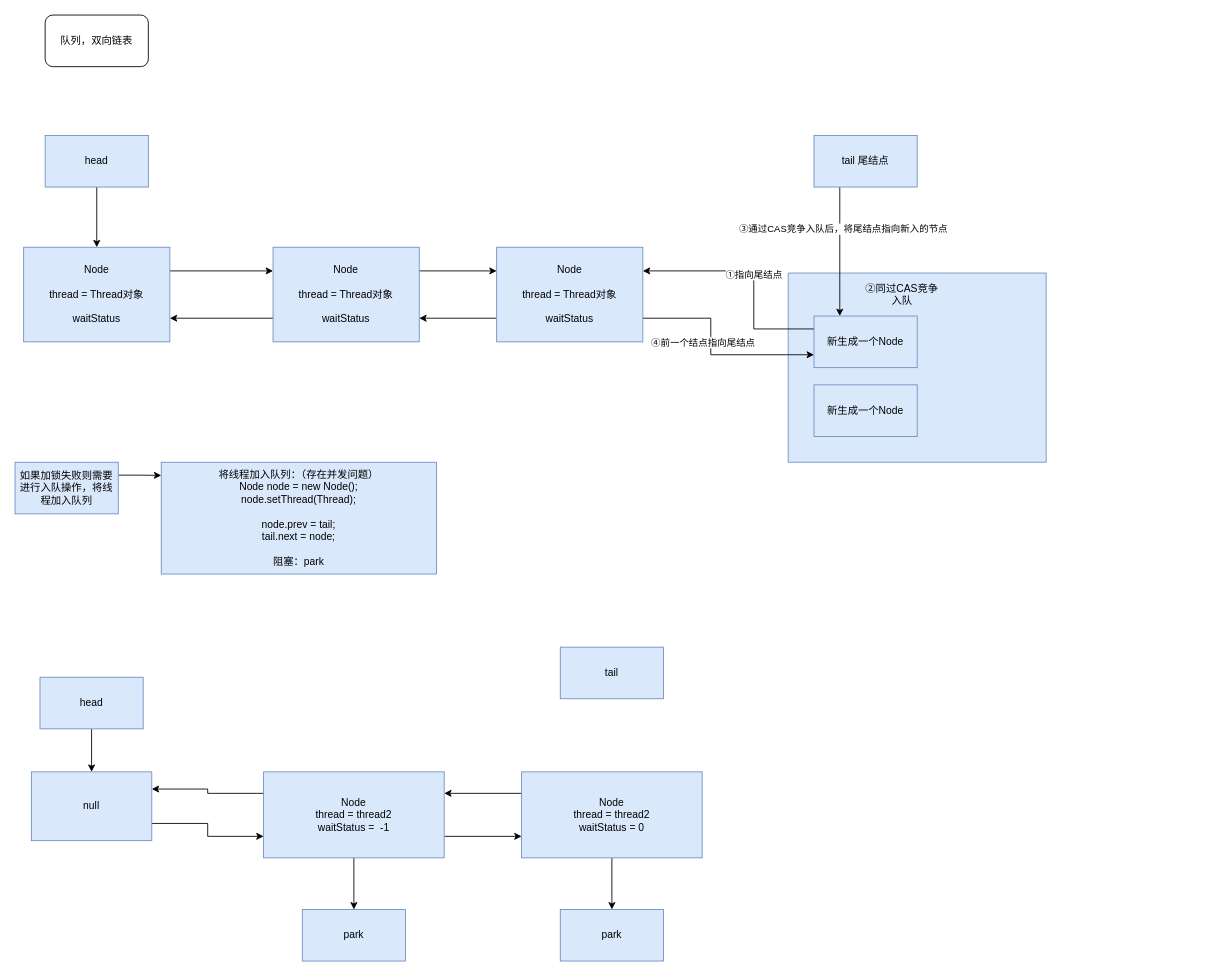
Above: 公平锁判断队列中是否有线程排队流程图.drawio in dream-pyth/process (draw.io), before the change. Source tidied: cells renumbered, new cells numbered last; positions are measured from the earlier drawing's top-left corner, leaving out a move shared by most shapes. Both pictures are drawn from the tidied source at 86%, with x=0, y=0 at pixel (15, 15).
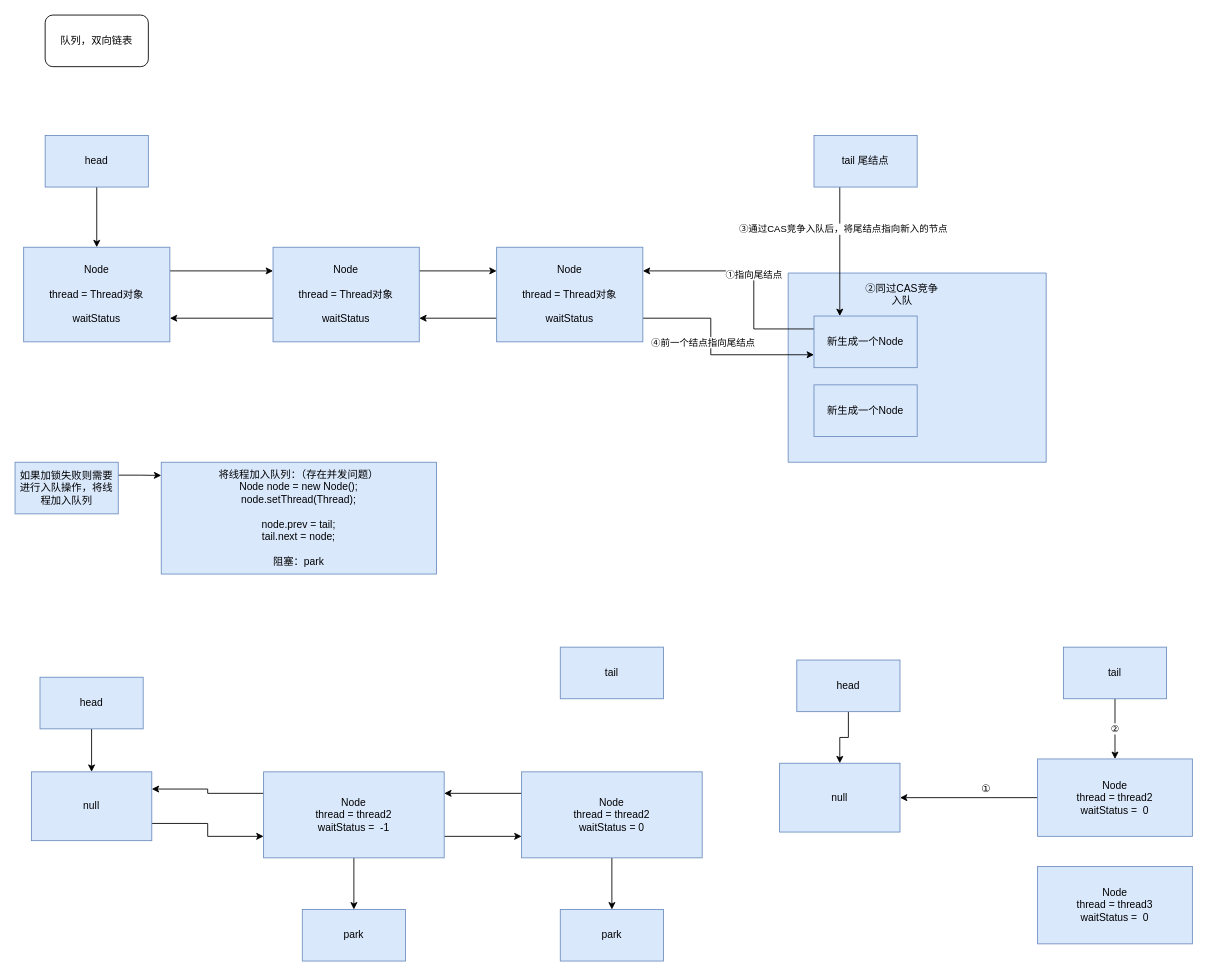
Above is the later version.

Commit message (it also covers changes not shown here):
公平锁流程图

Diff of the diagram source:
```diff
@@
+    <mxCell id="39" value="②" style="edgeStyle=orthogonalEdgeStyle;rounded=0;jettySize=auto;html=1;exitX=0.5;exitY=1;exitDx=0;exitDy=0;" parent="1" edge="1" source="40" target="45">
+      <mxGeometry relative="1" as="geometry" />
+    </mxCell>
+    <mxCell id="40" value="tail" style="whiteSpace=wrap;html=1;fillColor=#dae8fc;strokeColor=#6c8ebf;" parent="1" vertex="1">
+      <mxGeometry x="1219" y="735" width="120" height="60" as="geometry" />
+    </mxCell>
+    <mxCell id="41" value="null" style="whiteSpace=wrap;html=1;labelBackgroundColor=none;fillColor=#dae8fc;strokeColor=#6c8ebf;" parent="1" vertex="1">
+      <mxGeometry x="889" y="870" width="140" height="80" as="geometry" />
+    </mxCell>
+    <mxCell id="42" style="edgeStyle=orthogonalEdgeStyle;rounded=0;jettySize=auto;html=1;exitX=0.5;exitY=1;exitDx=0;exitDy=0;entryX=0.5;entryY=0;entryDx=0;entryDy=0;fontColor=default;" parent="1" edge="1" source="43" target="41">
+      <mxGeometry relative="1" as="geometry" />
+    </mxCell>
+    <mxCell id="43" value="head" style="whiteSpace=wrap;html=1;labelBackgroundColor=none;fillColor=#dae8fc;strokeColor=#6c8ebf;" parent="1" vertex="1">
+      <mxGeometry x="909" y="750" width="120" height="60" as="geometry" />
+    </mxCell>
+    <mxCell id="44" style="edgeStyle=orthogonalEdgeStyle;rounded=0;jettySize=auto;html=1;exitX=0;exitY=0.5;exitDx=0;exitDy=0;entryX=1;entryY=0.5;entryDx=0;entryDy=0;" parent="1" edge="1" source="45" target="41">
+      <mxGeometry relative="1" as="geometry" />
+    </mxCell>
+    <mxCell id="45" value="Node&lt;br&gt;thread = thread2&lt;br&gt;waitStatus =&amp;nbsp; 0" style="whiteSpace=wrap;html=1;labelBackgroundColor=none;fillColor=#dae8fc;strokeColor=#6c8ebf;" parent="1" vertex="1">
+      <mxGeometry x="1189" y="865" width="180" height="90" as="geometry" />
+    </mxCell>
+    <mxCell id="46" value="Node&lt;br&gt;thread = thread3&lt;br&gt;waitStatus =&amp;nbsp; 0" style="whiteSpace=wrap;html=1;labelBackgroundColor=none;fillColor=#dae8fc;strokeColor=#6c8ebf;" parent="1" vertex="1">
+      <mxGeometry x="1189" y="990" width="180" height="90" as="geometry" />
+    </mxCell>
+    <mxCell id="47" value="①" style="text;html=1;align=center;verticalAlign=middle;strokeColor=none;fillColor=none;" parent="1" vertex="1">
+      <mxGeometry x="1109" y="885" width="40" height="30" as="geometry" />
+    </mxCell>
```
